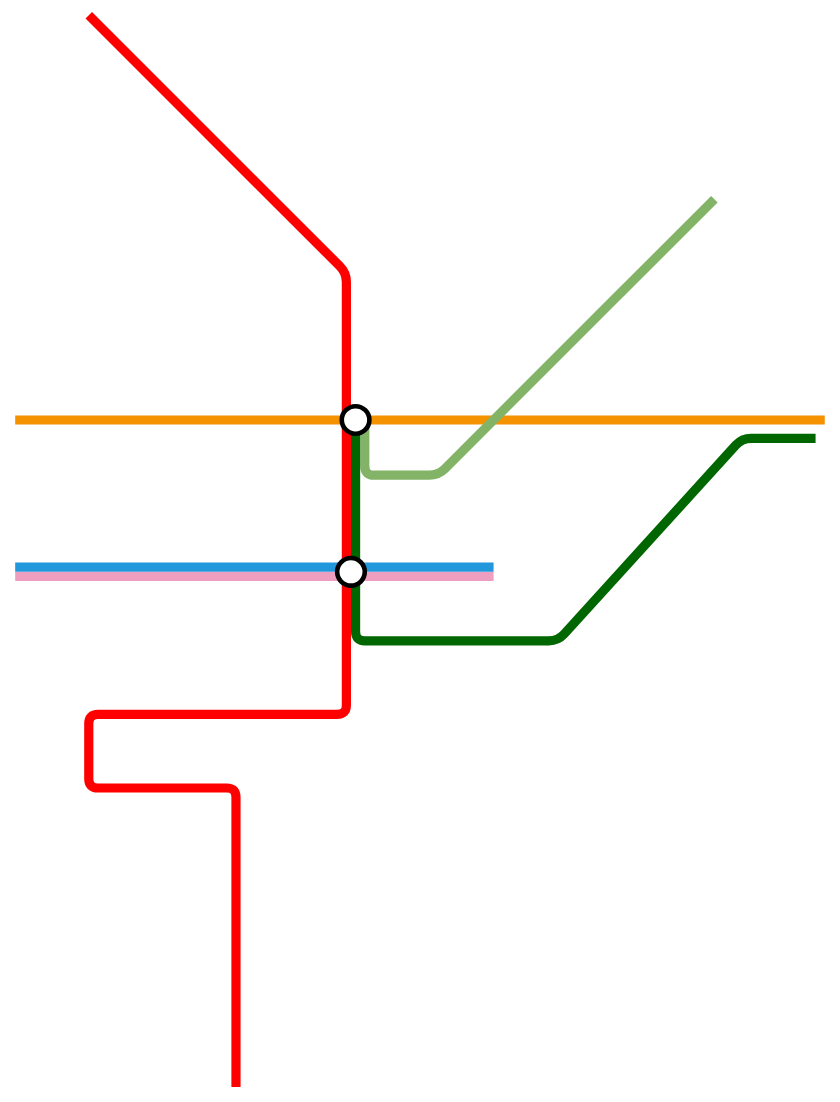
Above: DellTube.drawio in macphil/delltube (draw.io), before the change. Source tidied: cells renumbered, new cells numbered last; positions are measured from the earlier drawing's top-left corner, leaving out a move shared by most shapes. Both pictures are drawn from the tidied source at 92%, with x=0, y=0 at pixel (15, 15).
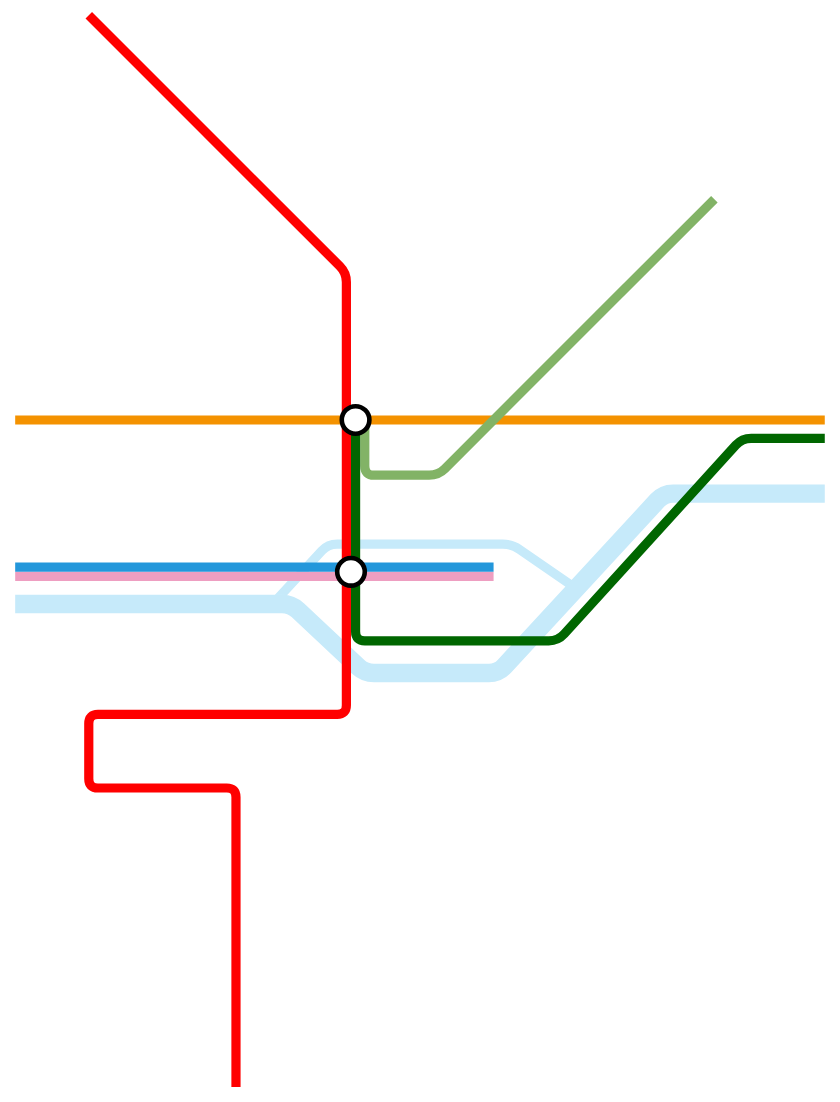
The same page after the edit.

The edit, as a diff of the source:
```diff
@@
+    <mxCell id="10" style="endArrow=none;html=1;strokeColor=#C6EAFA;strokeWidth=10;fillColor=#C6EAFA;jumpSize=12;" parent="1" edge="1">
+      <mxGeometry relative="1" as="geometry">
+        <mxPoint x="280" y="640" as="sourcePoint" />
+        <mxPoint x="605" y="620" as="targetPoint" />
+        <Array as="points">
+          <mxPoint x="340" y="575" />
+          <mxPoint x="540" y="575" />
+        </Array>
+      </mxGeometry>
+    </mxCell>
+    <mxCell id="11" style="endArrow=none;html=1;strokeColor=#C6EAFA;strokeWidth=20;fillColor=#C6EAFA;jumpSize=12;" parent="1" edge="1">
+      <mxGeometry relative="1" as="geometry">
+        <mxPoint y="640" as="sourcePoint" />
+        <mxPoint x="880" y="520" as="targetPoint" />
+        <Array as="points">
+          <mxPoint x="300" y="640" />
+          <mxPoint x="380" y="715" />
+          <mxPoint x="525" y="715" />
+          <mxPoint x="705" y="520" />
+        </Array>
+      </mxGeometry>
+    </mxCell>
@@
     <mxCell id="6" style="endArrow=none;html=1;strokeWidth=10;fillColor=#d5e8d4;fontFamily=Lucida Console;fontSize=10;fontColor=#3333FF;strokeColor=#006600;" parent="1" edge="1">
       <mxGeometry relative="1" as="geometry">
         <mxPoint x="370" y="440" as="sourcePoint" />
-        <mxPoint x="870" y="460" as="targetPoint" />
+        <mxPoint x="880" y="460" as="targetPoint" />
         <Array as="points">
           <mxPoint x="370" y="680" />
           <mxPoint x="590" y="680" />
           <mxPoint x="790" y="460" />
         </Array>
       </mxGeometry>
     </mxCell>
```
